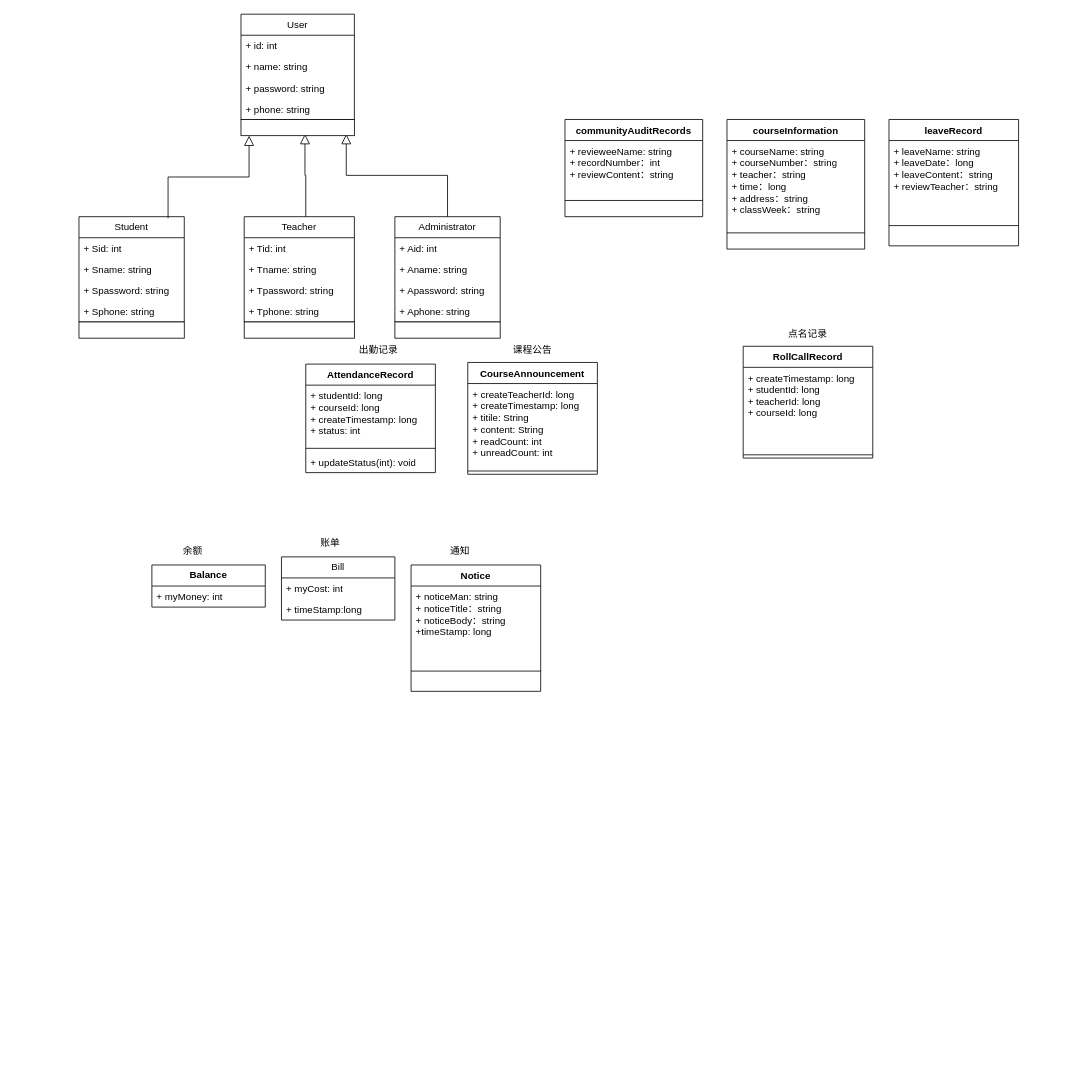
Huangzhu-zhu/- keeps this draw.io diagram as 类图.drawio. Above is the earlier version. Source tidied: cells renumbered, new cells numbered last; positions are measured from the earlier drawing's top-left corner, leaving out a move shared by most shapes. Both pictures are drawn from the tidied source at 81%, with x=0, y=0 at pixel (79, 14).
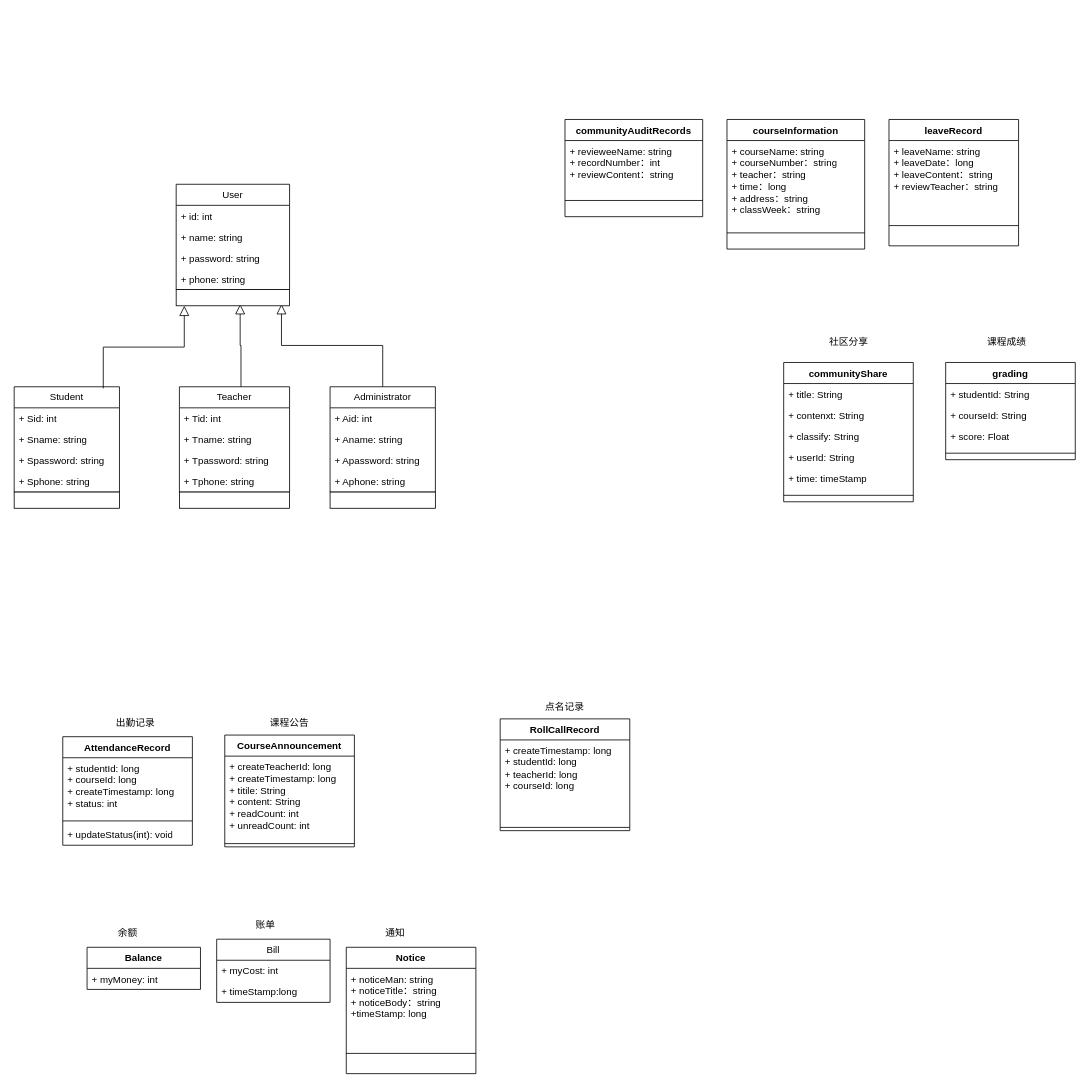
The same page after the edit.

Change to the diagram source:
```diff
@@
     <mxCell id="5" value="AttendanceRecord" style="swimlane;fontStyle=1;align=center;verticalAlign=top;horizontal=1;startSize=26;whiteSpace=wrap;html=1;" parent="1" vertex="1">
-      <mxGeometry x="280" y="432" width="160" height="134" as="geometry" />
+      <mxGeometry x="-20" y="892" width="160" height="134" as="geometry" />
     </mxCell>
@@
     <mxCell id="12" value="CourseAnnouncement" style="swimlane;fontStyle=1;align=center;verticalAlign=top;horizontal=1;startSize=26;whiteSpace=wrap;html=1;" parent="1" vertex="1">
-      <mxGeometry x="480" y="430" width="160" height="138" as="geometry" />
+      <mxGeometry x="180" y="890" width="160" height="138" as="geometry" />
     </mxCell>
@@
     <mxCell id="18" value="&lt;b&gt;Balance&lt;/b&gt;" style="swimlane;fontStyle=0;horizontal=1;startSize=26;fillColor=none;whiteSpace=wrap;html=1;" parent="1" vertex="1">
-      <mxGeometry x="90" y="680" width="140" height="52" as="geometry" />
+      <mxGeometry x="10" y="1152" width="140" height="52" as="geometry" />
     </mxCell>
@@
     <mxCell id="20" value="RollCallRecord" style="swimlane;fontStyle=1;align=center;verticalAlign=top;horizontal=1;startSize=26;whiteSpace=wrap;html=1;" parent="1" vertex="1">
-      <mxGeometry x="820" y="410" width="160" height="138" as="geometry" />
+      <mxGeometry x="520" y="870" width="160" height="138" as="geometry" />
     </mxCell>
@@
     <mxCell id="23" value="Bill" style="swimlane;fontStyle=0;horizontal=1;startSize=26;fillColor=none;whiteSpace=wrap;html=1;" parent="1" vertex="1">
-      <mxGeometry x="250" y="670" width="140" height="78" as="geometry" />
+      <mxGeometry x="170" y="1142" width="140" height="78" as="geometry" />
     </mxCell>
@@
     <mxCell id="26" value="出勤记录" style="text;html=1;strokeColor=none;fillColor=none;align=center;verticalAlign=middle;whiteSpace=wrap;rounded=0;" parent="1" vertex="1">
-      <mxGeometry x="340" y="400" width="60" height="30" as="geometry" />
+      <mxGeometry x="40" y="860" width="60" height="30" as="geometry" />
     </mxCell>
     <mxCell id="27" value="Notice" style="swimlane;fontStyle=1;align=center;verticalAlign=top;horizontal=1;startSize=26;whiteSpace=wrap;html=1;" parent="1" vertex="1">
-      <mxGeometry x="410" y="680" width="160" height="156" as="geometry" />
+      <mxGeometry x="330" y="1152" width="160" height="156" as="geometry" />
     </mxCell>
@@
     <mxCell id="30" value="课程公告" style="text;html=1;strokeColor=none;fillColor=none;align=center;verticalAlign=middle;whiteSpace=wrap;rounded=0;" parent="1" vertex="1">
-      <mxGeometry x="530" y="400" width="60" height="30" as="geometry" />
+      <mxGeometry x="230" y="860" width="60" height="30" as="geometry" />
     </mxCell>
     <mxCell id="31" value="点名记录" style="text;html=1;strokeColor=none;fillColor=none;align=center;verticalAlign=middle;whiteSpace=wrap;rounded=0;" parent="1" vertex="1">
-      <mxGeometry x="870" y="380" width="60" height="30" as="geometry" />
+      <mxGeometry x="570" y="840" width="60" height="30" as="geometry" />
     </mxCell>
+    <mxCell id="63" value="communityShare" style="swimlane;fontStyle=1;align=center;verticalAlign=top;horizontal=1;startSize=26;whiteSpace=wrap;html=1;" parent="1" vertex="1">
+      <mxGeometry x="870" y="430" width="160" height="172" as="geometry" />
+    </mxCell>
+    <mxCell id="64" value="+ title: String" style="text;strokeColor=none;fillColor=none;align=left;verticalAlign=top;spacingLeft=4;spacingRight=4;overflow=hidden;whiteSpace=wrap;html=1;" parent="63" vertex="1">
+      <mxGeometry y="26" width="160" height="26" as="geometry" />
+    </mxCell>
+    <mxCell id="65" value="+ contenxt: String" style="text;strokeColor=none;fillColor=none;align=left;verticalAlign=top;spacingLeft=4;spacingRight=4;overflow=hidden;whiteSpace=wrap;html=1;" parent="63" vertex="1">
+      <mxGeometry y="52" width="160" height="26" as="geometry" />
+    </mxCell>
+    <mxCell id="66" value="+ classify: String" style="text;strokeColor=none;fillColor=none;align=left;verticalAlign=top;spacingLeft=4;spacingRight=4;overflow=hidden;whiteSpace=wrap;html=1;" parent="63" vertex="1">
+      <mxGeometry y="78" width="160" height="26" as="geometry" />
+    </mxCell>
+    <mxCell id="67" value="+ userId: String" style="text;strokeColor=none;fillColor=none;align=left;verticalAlign=top;spacingLeft=4;spacingRight=4;overflow=hidden;whiteSpace=wrap;html=1;" parent="63" vertex="1">
+      <mxGeometry y="104" width="160" height="26" as="geometry" />
+    </mxCell>
+    <mxCell id="68" value="+ time: timeStamp" style="text;strokeColor=none;fillColor=none;align=left;verticalAlign=top;spacingLeft=4;spacingRight=4;overflow=hidden;whiteSpace=wrap;html=1;" parent="63" vertex="1">
+      <mxGeometry y="130" width="160" height="26" as="geometry" />
+    </mxCell>
+    <mxCell id="69" style="line;strokeWidth=1;fillColor=none;align=left;verticalAlign=middle;spacingTop=-1;spacingLeft=3;spacingRight=3;labelPosition=right;strokeColor=inherit;" parent="63" vertex="1">
+      <mxGeometry y="156" width="160" height="16" as="geometry" />
+    </mxCell>
     <mxCell id="32" value="余额" style="text;html=1;align=center;verticalAlign=middle;strokeColor=none;fillColor=none;" parent="1" vertex="1">
-      <mxGeometry x="115" y="648" width="50" height="30" as="geometry" />
+      <mxGeometry x="35" y="1120" width="50" height="30" as="geometry" />
     </mxCell>
+    <mxCell id="70" value="grading" style="swimlane;fontStyle=1;align=center;verticalAlign=top;horizontal=1;startSize=26;whiteSpace=wrap;html=1;" parent="1" vertex="1">
+      <mxGeometry x="1070" y="430" width="160" height="120" as="geometry" />
+    </mxCell>
+    <mxCell id="71" value="+ studentId: String" style="text;strokeColor=none;fillColor=none;align=left;verticalAlign=top;spacingLeft=4;spacingRight=4;overflow=hidden;whiteSpace=wrap;html=1;" parent="70" vertex="1">
+      <mxGeometry y="26" width="160" height="26" as="geometry" />
+    </mxCell>
+    <mxCell id="72" value="+ courseId: String" style="text;strokeColor=none;fillColor=none;align=left;verticalAlign=top;spacingLeft=4;spacingRight=4;overflow=hidden;whiteSpace=wrap;html=1;" parent="70" vertex="1">
+      <mxGeometry y="52" width="160" height="26" as="geometry" />
+    </mxCell>
+    <mxCell id="73" value="+ score: Float" style="text;strokeColor=none;fillColor=none;align=left;verticalAlign=top;spacingLeft=4;spacingRight=4;overflow=hidden;whiteSpace=wrap;html=1;" parent="70" vertex="1">
+      <mxGeometry y="78" width="160" height="26" as="geometry" />
+    </mxCell>
+    <mxCell id="74" style="line;strokeWidth=1;fillColor=none;align=left;verticalAlign=middle;spacingTop=-1;spacingLeft=3;spacingRight=3;labelPosition=right;strokeColor=inherit;" parent="70" vertex="1">
+      <mxGeometry y="104" width="160" height="16" as="geometry" />
+    </mxCell>
     <mxCell id="33" value="账单" style="text;html=1;align=center;verticalAlign=middle;strokeColor=none;fillColor=none;" parent="1" vertex="1">
-      <mxGeometry x="285" y="638" width="50" height="30" as="geometry" />
+      <mxGeometry x="205" y="1110" width="50" height="30" as="geometry" />
     </mxCell>
+    <mxCell id="75" value="社区分享" style="text;html=1;align=center;verticalAlign=middle;strokeColor=none;fillColor=none;" parent="1" vertex="1">
+      <mxGeometry x="915" y="390" width="70" height="30" as="geometry" />
+    </mxCell>
     <mxCell id="34" value="通知" style="text;html=1;align=center;verticalAlign=middle;strokeColor=none;fillColor=none;" parent="1" vertex="1">
-      <mxGeometry x="445" y="648" width="50" height="30" as="geometry" />
+      <mxGeometry x="365" y="1120" width="50" height="30" as="geometry" />
     </mxCell>
+    <mxCell id="76" value="课程成绩" style="text;html=1;align=center;verticalAlign=middle;strokeColor=none;fillColor=none;" parent="1" vertex="1">
+      <mxGeometry x="1110" y="390" width="70" height="30" as="geometry" />
+    </mxCell>
     <mxCell id="35" style="endArrow=block;endSize=10;endFill=0;shadow=0;strokeWidth=1;rounded=0;edgeStyle=elbowEdgeStyle;elbow=vertical;" parent="1" edge="1">
       <mxGeometry relative="1" as="geometry">
-        <mxPoint x="110" y="252" as="sourcePoint" />
-        <mxPoint x="210" y="150" as="targetPoint" />
+        <mxPoint x="30" y="462" as="sourcePoint" />
+        <mxPoint x="130" y="360" as="targetPoint" />
       </mxGeometry>
     </mxCell>
     <mxCell id="36" style="endArrow=block;endSize=10;endFill=0;shadow=0;strokeWidth=1;rounded=0;edgeStyle=elbowEdgeStyle;elbow=vertical;" parent="1" edge="1" source="48">
       <mxGeometry relative="1" as="geometry">
-        <mxPoint x="330" y="148" as="targetPoint" />
+        <mxPoint x="250" y="358" as="targetPoint" />
       </mxGeometry>
     </mxCell>
     <mxCell id="37" value="User" style="swimlane;fontStyle=0;horizontal=1;startSize=26;fillColor=none;whiteSpace=wrap;html=1;" parent="1" vertex="1">
-      <mxGeometry x="200" width="140" height="130" as="geometry" />
+      <mxGeometry x="120" y="210" width="140" height="130" as="geometry" />
     </mxCell>
@@
     <mxCell id="42" value="Student" style="swimlane;fontStyle=0;horizontal=1;startSize=26;fillColor=none;whiteSpace=wrap;html=1;" parent="1" vertex="1">
-      <mxGeometry y="250" width="130" height="130" as="geometry" />
+      <mxGeometry x="-80" y="460" width="130" height="130" as="geometry" />
     </mxCell>
@@
     <mxCell id="47" style="endArrow=block;endSize=10;endFill=0;shadow=0;strokeWidth=1;rounded=0;edgeStyle=elbowEdgeStyle;elbow=vertical;" parent="1" edge="1" target="48">
       <mxGeometry relative="1" as="geometry">
-        <mxPoint x="440" y="250" as="sourcePoint" />
+        <mxPoint x="360" y="460" as="sourcePoint" />
       </mxGeometry>
     </mxCell>
     <mxCell id="48" value="Administrator" style="swimlane;fontStyle=0;horizontal=1;startSize=26;fillColor=none;whiteSpace=wrap;html=1;" parent="1" vertex="1">
-      <mxGeometry x="390" y="250" width="130" height="130" as="geometry" />
+      <mxGeometry x="310" y="460" width="130" height="130" as="geometry" />
     </mxCell>
@@
     <mxCell id="53" style="endArrow=block;endSize=10;endFill=0;shadow=0;strokeWidth=1;rounded=0;edgeStyle=elbowEdgeStyle;elbow=vertical;" parent="1" edge="1">
       <mxGeometry relative="1" as="geometry">
-        <mxPoint x="280" y="250" as="sourcePoint" />
-        <mxPoint x="279" y="148" as="targetPoint" />
+        <mxPoint x="200" y="460" as="sourcePoint" />
+        <mxPoint x="199" y="358" as="targetPoint" />
       </mxGeometry>
     </mxCell>
     <mxCell id="54" value="Teacher" style="swimlane;fontStyle=0;horizontal=1;startSize=26;fillColor=none;whiteSpace=wrap;html=1;" parent="1" vertex="1">
-      <mxGeometry x="204" y="250" width="136" height="130" as="geometry" />
+      <mxGeometry x="124" y="460" width="136" height="130" as="geometry" />
     </mxCell>
@@
     <mxCell id="59" style="rounded=0;whiteSpace=wrap;html=1;" parent="1" vertex="1">
-      <mxGeometry y="380" width="130" height="20" as="geometry" />
+      <mxGeometry x="-80" y="590" width="130" height="20" as="geometry" />
     </mxCell>
     <mxCell id="60" style="rounded=0;whiteSpace=wrap;html=1;" parent="1" vertex="1">
-      <mxGeometry x="204" y="380" width="136" height="20" as="geometry" />
+      <mxGeometry x="124" y="590" width="136" height="20" as="geometry" />
     </mxCell>
     <mxCell id="61" style="rounded=0;whiteSpace=wrap;html=1;" parent="1" vertex="1">
-      <mxGeometry x="390" y="380" width="130" height="20" as="geometry" />
+      <mxGeometry x="310" y="590" width="130" height="20" as="geometry" />
     </mxCell>
     <mxCell id="62" style="rounded=0;whiteSpace=wrap;html=1;" parent="1" vertex="1">
-      <mxGeometry x="200" y="130" width="140" height="20" as="geometry" />
+      <mxGeometry x="120" y="340" width="140" height="20" as="geometry" />
     </mxCell>
```
